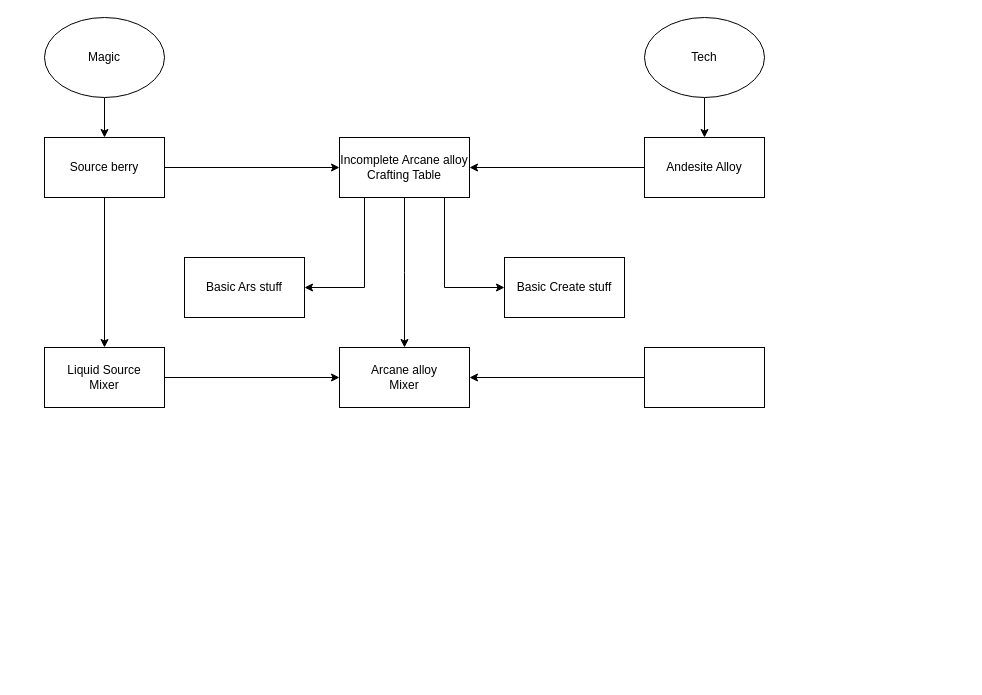
Before: Plan.drawio in c0d3-404/Create-Modding, a draw.io diagram. Source tidied: cells renumbered, new cells numbered last; positions are measured from the earlier drawing's top-left corner, leaving out a move shared by most shapes. Both pictures are drawn from the tidied source at 100%, with x=0, y=0 at pixel (44, 17).
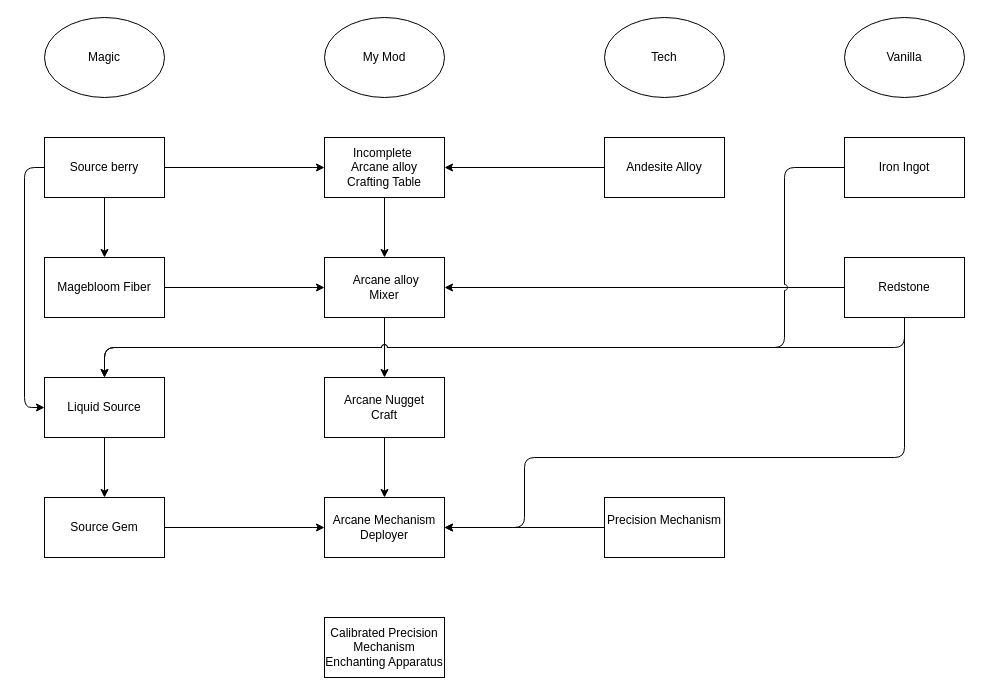
The same page after the edit.

Unchanged cells that the change refers to:
```xml
<mxCell id="3" value="&lt;div&gt;Magic&lt;/div&gt;" style="ellipse;whiteSpace=wrap;html=1;" parent="1" vertex="1">
  <mxGeometry width="120" height="80" as="geometry" />
</mxCell>
<mxCell id="8" value="&lt;div&gt;Source berry&lt;/div&gt;" style="whiteSpace=wrap;html=1;" parent="1" vertex="1">
  <mxGeometry y="120" width="120" height="60" as="geometry" />
</mxCell>
```

What changed in the source:
```diff
@@
-    <mxCell id="2" style="edgeStyle=orthogonalEdgeStyle;rounded=0;jettySize=auto;html=1;" parent="1" edge="1" source="3" target="8">
-      <mxGeometry relative="1" as="geometry" />
-    </mxCell>
@@
-    <mxCell id="4" style="edgeStyle=orthogonalEdgeStyle;rounded=0;jettySize=auto;html=1;" parent="1" edge="1" source="5" target="10">
-      <mxGeometry relative="1" as="geometry" />
-    </mxCell>
     <mxCell id="5" value="&lt;div&gt;Tech&lt;/div&gt;" style="ellipse;whiteSpace=wrap;html=1;" parent="1" vertex="1">
-      <mxGeometry x="600" width="120" height="80" as="geometry" />
+      <mxGeometry x="560" width="120" height="80" as="geometry" />
     </mxCell>
-    <mxCell id="6" style="edgeStyle=orthogonalEdgeStyle;rounded=0;jettySize=auto;html=1;" parent="1" edge="1" source="8" target="14">
+    <mxCell id="6" style="edgeStyle=orthogonalEdgeStyle;rounded=0;jettySize=auto;html=1;jumpStyle=arc;" parent="1" edge="1" source="8" target="14">
       <mxGeometry relative="1" as="geometry" />
     </mxCell>
-    <mxCell id="7" style="edgeStyle=orthogonalEdgeStyle;rounded=0;jettySize=auto;html=1;entryX=0.5;entryY=0;entryDx=0;entryDy=0;" parent="1" edge="1" source="8" target="19">
+    <mxCell id="7" style="edgeStyle=orthogonalEdgeStyle;rounded=0;jettySize=auto;html=1;entryX=0.5;entryY=0;entryDx=0;entryDy=0;jumpStyle=arc;" parent="1" edge="1" source="8" target="19">
       <mxGeometry relative="1" as="geometry" />
     </mxCell>
+    <mxCell id="22" style="edgeStyle=orthogonalEdgeStyle;shape=connector;rounded=1;jumpStyle=arc;jettySize=auto;html=1;entryX=0;entryY=0.5;entryDx=0;entryDy=0;strokeColor=default;align=center;verticalAlign=middle;fontFamily=Helvetica;fontSize=11;fontColor=default;labelBackgroundColor=default;endArrow=classic;curved=0;" parent="1" edge="1" source="8" target="28">
+      <mxGeometry relative="1" as="geometry">
+        <Array as="points">
+          <mxPoint x="-20" y="150" />
+          <mxPoint x="-20" y="390" />
+        </Array>
+      </mxGeometry>
+    </mxCell>
@@
-    <mxCell id="9" style="edgeStyle=orthogonalEdgeStyle;rounded=0;jettySize=auto;html=1;" parent="1" edge="1" source="10" target="14">
+    <mxCell id="9" style="edgeStyle=orthogonalEdgeStyle;rounded=1;jettySize=auto;html=1;jumpStyle=arc;curved=0;" parent="1" edge="1" source="10" target="14">
       <mxGeometry relative="1" as="geometry" />
     </mxCell>
     <mxCell id="10" value="&lt;div&gt;Andesite Alloy&lt;/div&gt;" style="whiteSpace=wrap;html=1;" parent="1" vertex="1">
-      <mxGeometry x="600" y="120" width="120" height="60" as="geometry" />
+      <mxGeometry x="560" y="120" width="120" height="60" as="geometry" />
     </mxCell>
-    <mxCell id="11" style="edgeStyle=orthogonalEdgeStyle;rounded=0;jettySize=auto;html=1;" parent="1" edge="1" source="14" target="15">
-      <mxGeometry relative="1" as="geometry">
-        <Array as="points">
-          <mxPoint x="400" y="270" />
-        </Array>
-      </mxGeometry>
-    </mxCell>
-    <mxCell id="12" style="edgeStyle=orthogonalEdgeStyle;rounded=0;jettySize=auto;html=1;" parent="1" edge="1" source="14" target="16">
-      <mxGeometry relative="1" as="geometry">
-        <Array as="points">
-          <mxPoint x="320" y="270" />
-        </Array>
-      </mxGeometry>
-    </mxCell>
-    <mxCell id="13" style="edgeStyle=orthogonalEdgeStyle;rounded=0;jettySize=auto;html=1;" parent="1" edge="1" source="14">
-      <mxGeometry relative="1" as="geometry">
-        <mxPoint x="360" y="330" as="targetPoint" />
-      </mxGeometry>
+    <mxCell id="13" style="edgeStyle=orthogonalEdgeStyle;rounded=0;jettySize=auto;html=1;entryX=0.5;entryY=0;entryDx=0;entryDy=0;jumpStyle=arc;" parent="1" edge="1" source="14" target="18">
+      <mxGeometry relative="1" as="geometry" />
     </mxCell>
-    <mxCell id="14" value="&lt;div&gt;Incomplete Arcane alloy&lt;/div&gt;&lt;div&gt;Crafting Table&lt;/div&gt;" style="whiteSpace=wrap;html=1;" parent="1" vertex="1">
-      <mxGeometry x="295" y="120" width="130" height="60" as="geometry" />
+    <mxCell id="14" value="&lt;div&gt;Incomplete&amp;nbsp;&lt;div&gt;Arcane alloy&lt;/div&gt;&lt;/div&gt;&lt;div&gt;Crafting Table&lt;/div&gt;" style="whiteSpace=wrap;html=1;" parent="1" vertex="1">
+      <mxGeometry x="280" y="120" width="120" height="60" as="geometry" />
     </mxCell>
-    <mxCell id="15" value="Basic Create stuff" style="whiteSpace=wrap;html=1;" parent="1" vertex="1">
-      <mxGeometry x="460" y="240" width="120" height="60" as="geometry" />
-    </mxCell>
-    <mxCell id="16" value="Basic Ars stuff" style="whiteSpace=wrap;html=1;" parent="1" vertex="1">
-      <mxGeometry x="140" y="240" width="120" height="60" as="geometry" />
-    </mxCell>
-    <mxCell id="17" style="edgeStyle=orthogonalEdgeStyle;rounded=0;jettySize=auto;html=1;startArrow=classic;startFill=1;endArrow=none;endFill=0;" parent="1" edge="1" source="18" target="19">
+    <mxCell id="17" style="edgeStyle=orthogonalEdgeStyle;rounded=0;jettySize=auto;html=1;startArrow=classic;startFill=1;endArrow=none;endFill=0;jumpStyle=arc;" parent="1" edge="1" source="18" target="19">
       <mxGeometry relative="1" as="geometry" />
     </mxCell>
+    <mxCell id="23" style="edgeStyle=orthogonalEdgeStyle;rounded=0;jettySize=auto;html=1;jumpStyle=arc;" parent="1" edge="1" source="18" target="35">
+      <mxGeometry relative="1" as="geometry" />
+    </mxCell>
-    <mxCell id="18" value="&lt;div&gt;Arcane alloy&lt;/div&gt;&lt;div&gt;Mixer&lt;/div&gt;" style="whiteSpace=wrap;html=1;" parent="1" vertex="1">
-      <mxGeometry x="295" y="330" width="130" height="60" as="geometry" />
+    <mxCell id="18" value="&amp;nbsp;Arcane alloy&lt;div&gt;Mixer&lt;/div&gt;" style="whiteSpace=wrap;html=1;" parent="1" vertex="1">
+      <mxGeometry x="280" y="240" width="120" height="60" as="geometry" />
     </mxCell>
-    <mxCell id="19" value="&lt;div&gt;Liquid Source&lt;/div&gt;&lt;div&gt;Mixer&lt;/div&gt;" style="whiteSpace=wrap;html=1;" parent="1" vertex="1">
-      <mxGeometry y="330" width="120" height="60" as="geometry" />
+    <mxCell id="19" value="Magebloom Fiber" style="whiteSpace=wrap;html=1;" parent="1" vertex="1">
+      <mxGeometry y="240" width="120" height="60" as="geometry" />
     </mxCell>
-    <mxCell id="20" style="edgeStyle=orthogonalEdgeStyle;rounded=0;jettySize=auto;html=1;" parent="1" edge="1" source="21" target="18">
+    <mxCell id="20" style="edgeStyle=orthogonalEdgeStyle;rounded=1;jettySize=auto;html=1;jumpStyle=arc;curved=0;" parent="1" edge="1" source="21" target="18">
       <mxGeometry relative="1" as="geometry" />
     </mxCell>
+    <mxCell id="24" style="edgeStyle=orthogonalEdgeStyle;shape=connector;rounded=1;jumpStyle=arc;jettySize=auto;html=1;entryX=1;entryY=0.5;entryDx=0;entryDy=0;strokeColor=default;align=center;verticalAlign=middle;fontFamily=Helvetica;fontSize=11;fontColor=default;labelBackgroundColor=default;endArrow=classic;curved=0;" parent="1" edge="1" source="21" target="26">
+      <mxGeometry relative="1" as="geometry">
+        <Array as="points">
+          <mxPoint x="860" y="440" />
+          <mxPoint x="480" y="440" />
+          <mxPoint x="480" y="510" />
+        </Array>
+      </mxGeometry>
+    </mxCell>
+    <mxCell id="25" style="edgeStyle=orthogonalEdgeStyle;shape=connector;rounded=1;jumpStyle=arc;jettySize=auto;html=1;strokeColor=default;align=center;verticalAlign=middle;fontFamily=Helvetica;fontSize=11;fontColor=default;labelBackgroundColor=default;endArrow=classic;curved=0;" parent="1" edge="1" source="21" target="28">
+      <mxGeometry relative="1" as="geometry">
+        <Array as="points">
+          <mxPoint x="860" y="330" />
+          <mxPoint x="60" y="330" />
+        </Array>
+      </mxGeometry>
+    </mxCell>
-    <mxCell id="21" style="whiteSpace=wrap;html=1;" parent="1" vertex="1">
-      <mxGeometry x="600" y="330" width="120" height="60" as="geometry" />
+    <mxCell id="21" value="Redstone" style="whiteSpace=wrap;html=1;" parent="1" vertex="1">
+      <mxGeometry x="800" y="240" width="120" height="60" as="geometry" />
     </mxCell>
+    <mxCell id="26" value="&lt;div&gt;Arcane Mechanism&lt;/div&gt;&lt;div&gt;Deployer&lt;/div&gt;" style="whiteSpace=wrap;html=1;" parent="1" vertex="1">
+      <mxGeometry x="280" y="480" width="120" height="60" as="geometry" />
+    </mxCell>
+    <mxCell id="27" style="edgeStyle=orthogonalEdgeStyle;shape=connector;rounded=0;jumpStyle=arc;jettySize=auto;html=1;strokeColor=default;align=center;verticalAlign=middle;fontFamily=Helvetica;fontSize=11;fontColor=default;labelBackgroundColor=default;endArrow=classic;" parent="1" edge="1" source="28" target="38">
+      <mxGeometry relative="1" as="geometry" />
+    </mxCell>
+    <mxCell id="28" value="Liquid Source" style="whiteSpace=wrap;html=1;" parent="1" vertex="1">
+      <mxGeometry y="360" width="120" height="60" as="geometry" />
+    </mxCell>
+    <mxCell id="29" value="Vanilla" style="ellipse;whiteSpace=wrap;html=1;" parent="1" vertex="1">
+      <mxGeometry x="800" width="120" height="80" as="geometry" />
+    </mxCell>
+    <mxCell id="30" value="My Mod" style="ellipse;whiteSpace=wrap;html=1;" parent="1" vertex="1">
+      <mxGeometry x="280" width="120" height="80" as="geometry" />
+    </mxCell>
+    <mxCell id="31" value="&lt;div&gt;Calibrated Precision Mechanism&lt;/div&gt;&lt;div&gt;Enchanting Apparatus&lt;/div&gt;" style="whiteSpace=wrap;html=1;" parent="1" vertex="1">
+      <mxGeometry x="280" y="600" width="120" height="60" as="geometry" />
+    </mxCell>
+    <mxCell id="32" style="edgeStyle=orthogonalEdgeStyle;rounded=1;jettySize=auto;html=1;entryX=1;entryY=0.5;entryDx=0;entryDy=0;jumpStyle=arc;curved=0;" parent="1" edge="1" source="33" target="26">
+      <mxGeometry relative="1" as="geometry">
+        <Array as="points">
+          <mxPoint x="480" y="510" />
+          <mxPoint x="480" y="510" />
+        </Array>
+      </mxGeometry>
+    </mxCell>
+    <mxCell id="33" value="&lt;div&gt;Precision Mechanism&lt;/div&gt;&lt;div&gt;&lt;br&gt;&lt;/div&gt;" style="whiteSpace=wrap;html=1;" parent="1" vertex="1">
+      <mxGeometry x="560" y="480" width="120" height="60" as="geometry" />
+    </mxCell>
+    <mxCell id="34" style="edgeStyle=orthogonalEdgeStyle;rounded=0;jettySize=auto;html=1;jumpStyle=arc;" parent="1" edge="1" source="35" target="26">
+      <mxGeometry relative="1" as="geometry" />
+    </mxCell>
+    <mxCell id="35" value="&lt;div&gt;Arcane Nugget&lt;/div&gt;&lt;div&gt;Craft&lt;/div&gt;" style="whiteSpace=wrap;html=1;" parent="1" vertex="1">
+      <mxGeometry x="280" y="360" width="120" height="60" as="geometry" />
+    </mxCell>
+    <mxCell id="36" style="edgeStyle=orthogonalEdgeStyle;shape=connector;rounded=0;jumpStyle=arc;orthogonalLoop=1;jettySize=auto;html=1;strokeColor=default;align=center;verticalAlign=middle;fontFamily=Helvetica;fontSize=11;fontColor=default;labelBackgroundColor=default;endArrow=classic;" parent="1" edge="1">
+      <mxGeometry relative="1" as="geometry">
+        <mxPoint x="80" y="620" as="sourcePoint" />
+        <mxPoint x="80" y="620" as="targetPoint" />
+      </mxGeometry>
+    </mxCell>
+    <mxCell id="37" style="edgeStyle=orthogonalEdgeStyle;shape=connector;rounded=0;jumpStyle=arc;jettySize=auto;html=1;strokeColor=default;align=center;verticalAlign=middle;fontFamily=Helvetica;fontSize=11;fontColor=default;labelBackgroundColor=default;endArrow=classic;" parent="1" edge="1" source="38" target="26">
+      <mxGeometry relative="1" as="geometry" />
+    </mxCell>
+    <mxCell id="38" value="Source Gem" style="whiteSpace=wrap;html=1;" parent="1" vertex="1">
+      <mxGeometry y="480" width="120" height="60" as="geometry" />
+    </mxCell>
+    <mxCell id="39" style="edgeStyle=orthogonalEdgeStyle;shape=connector;rounded=1;jumpStyle=arc;jettySize=auto;html=1;strokeColor=default;align=center;verticalAlign=middle;fontFamily=Helvetica;fontSize=11;fontColor=default;labelBackgroundColor=default;endArrow=classic;curved=0;" parent="1" edge="1" source="40" target="28">
+      <mxGeometry relative="1" as="geometry">
+        <Array as="points">
+          <mxPoint x="740" y="150" />
+          <mxPoint x="740" y="330" />
+          <mxPoint x="60" y="330" />
+        </Array>
+      </mxGeometry>
+    </mxCell>
+    <mxCell id="40" value="Iron Ingot" style="whiteSpace=wrap;html=1;" parent="1" vertex="1">
+      <mxGeometry x="800" y="120" width="120" height="60" as="geometry" />
+    </mxCell>
```
